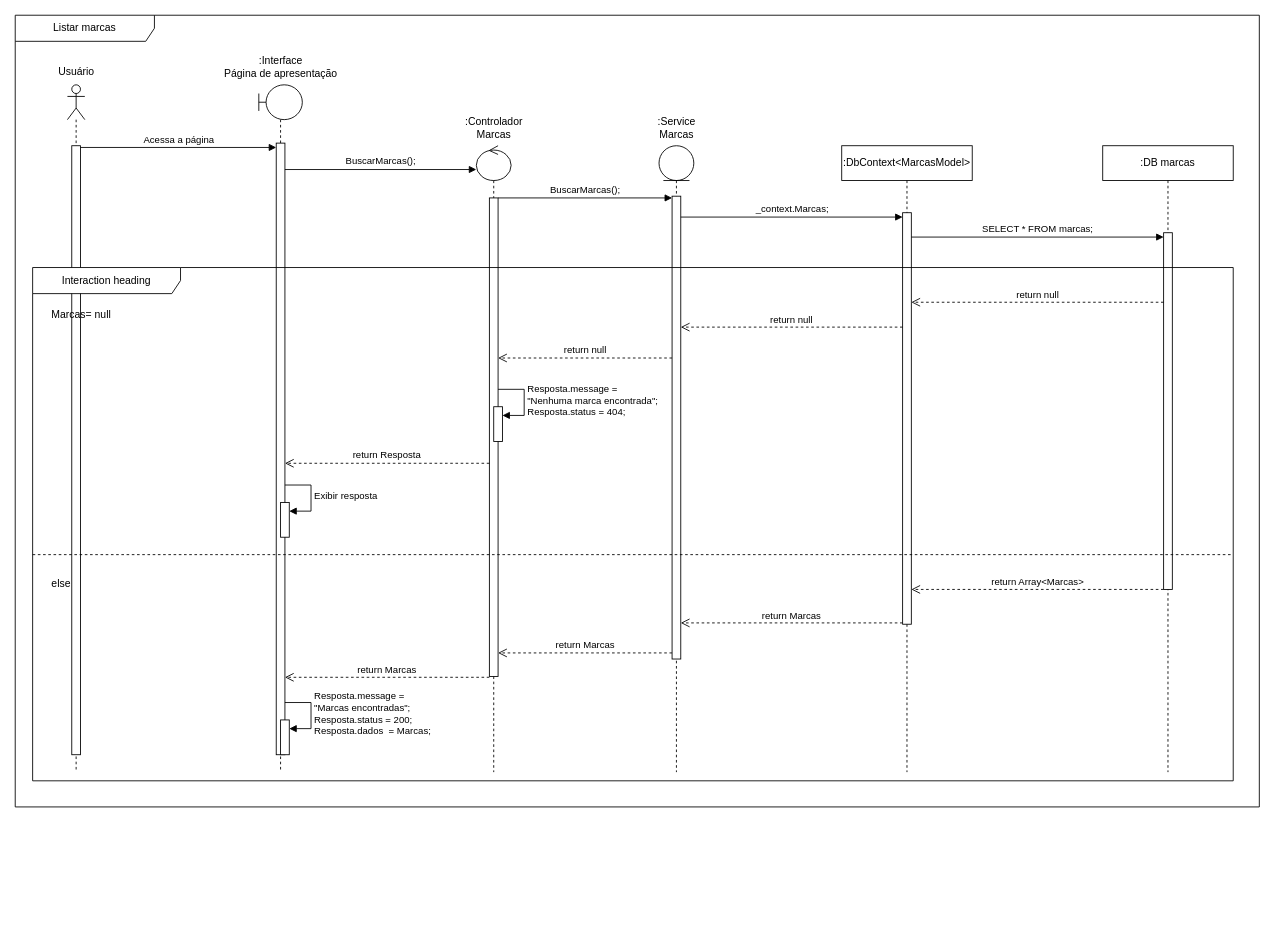
Dev-Vinicius-Borges/thousand-miles keeps this draw.io diagram as UML/sequencia/marcas/Listar-marcas.drawio. Above is the earlier version. Source tidied: cells renumbered, new cells numbered last; positions are measured from the earlier drawing's top-left corner, leaving out a move shared by most shapes. Both pictures are drawn from the tidied source at 87%, with x=0, y=0 at pixel (15, 15).
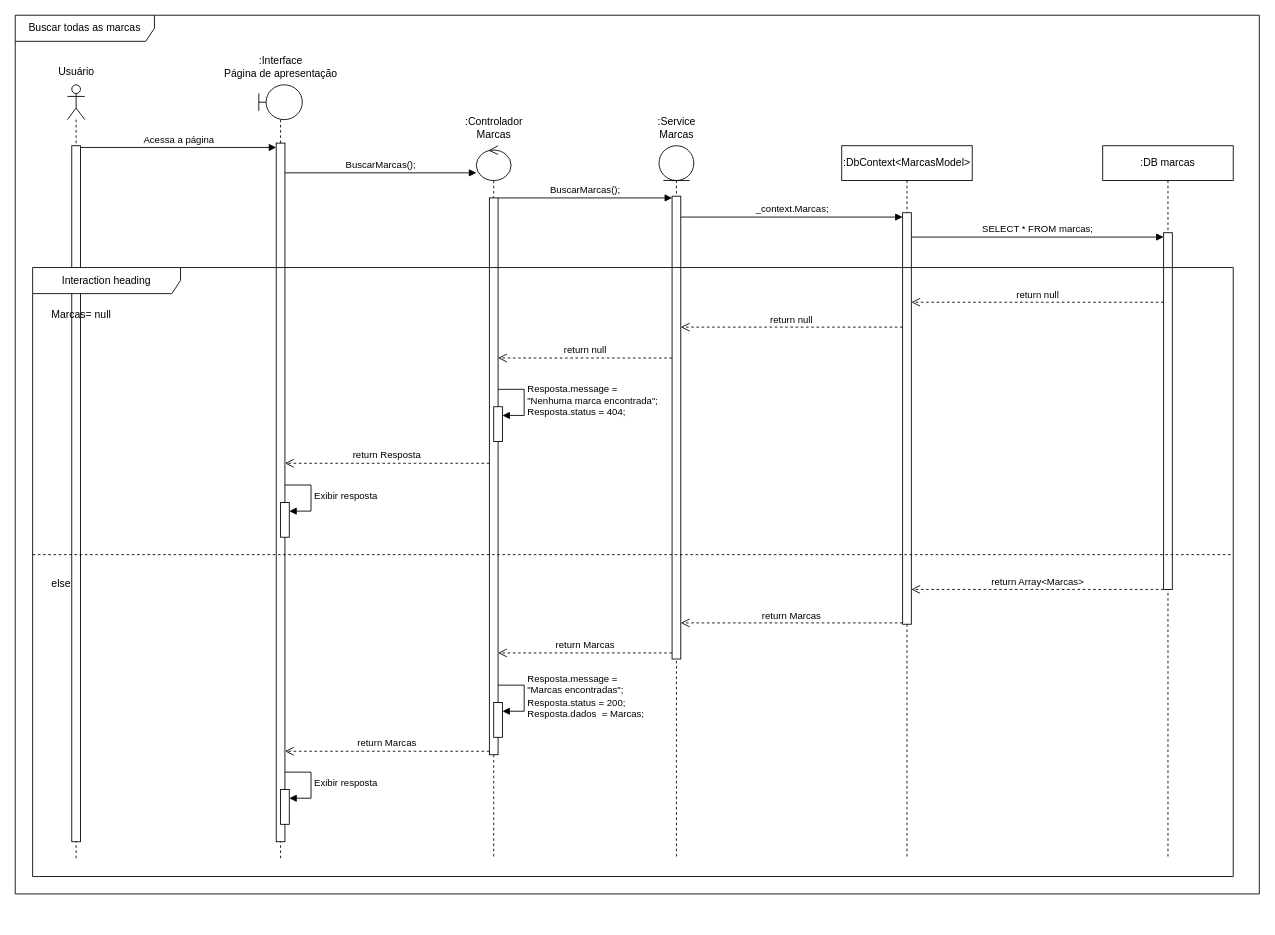
After the change.

Commit message:
docs(UML): Refatorando o diagrama de busca de marcas

Unchanged cells that the change refers to:
```xml
<mxCell id="3" style="group;" parent="2" vertex="1">
  <mxGeometry x="40" y="50" width="1380" height="990" as="geometry" />
</mxCell>
<mxCell id="7" style="group;" parent="2" vertex="1">
  <mxGeometry x="230" y="40" width="150" height="1000" as="geometry" />
</mxCell>
<mxCell id="11" style="group;" parent="2" vertex="1">
  <mxGeometry x="505" y="110" width="90" height="930" as="geometry" />
</mxCell>
<mxCell id="16" style="group;" parent="2" vertex="1">
  <mxGeometry x="725" y="110" width="70" height="930" as="geometry" />
</mxCell>
```

What changed in the source:
```diff
@@
-    <mxCell id="2" value="Listar marcas" style="shape=umlFrame;whiteSpace=wrap;html=1;width=160;" parent="1" vertex="1">
-      <mxGeometry width="1430" height="910" as="geometry" />
+    <mxCell id="2" value="Buscar todas as&lt;span style=&quot;background-color: transparent; color: light-dark(rgb(0, 0, 0), rgb(255, 255, 255));&quot;&gt;&amp;nbsp;marcas&lt;/span&gt;" style="shape=umlFrame;whiteSpace=wrap;html=1;width=160;" parent="1" vertex="1">
+      <mxGeometry width="1430" height="1010" as="geometry" />
     </mxCell>
@@
     <mxCell id="4" style="shape=umlLifeline;perimeter=lifelinePerimeter;whiteSpace=wrap;html=1;newEdgeStyle={&quot;curved&quot;:0,&quot;rounded&quot;:0};participant=umlActor;" parent="3" vertex="1">
-      <mxGeometry x="20" y="30" width="20" height="790" as="geometry" />
+      <mxGeometry x="20" y="30" width="20" height="890" as="geometry" />
     </mxCell>
     <mxCell id="5" style="html=1;points=[[0,0,0,0,5],[0,1,0,0,-5],[1,0,0,0,5],[1,1,0,0,-5]];perimeter=orthogonalPerimeter;outlineConnect=0;targetShapes=umlLifeline;portConstraint=eastwest;newEdgeStyle={&quot;curved&quot;:0,&quot;rounded&quot;:0};" parent="4" vertex="1">
-      <mxGeometry x="5" y="70" width="10" height="700" as="geometry" />
+      <mxGeometry x="5" y="70" width="10" height="800" as="geometry" />
     </mxCell>
@@
     <mxCell id="8" style="shape=umlLifeline;perimeter=lifelinePerimeter;whiteSpace=wrap;html=1;newEdgeStyle={&quot;curved&quot;:0,&quot;rounded&quot;:0};participant=umlBoundary;" parent="7" vertex="1">
-      <mxGeometry x="50" y="40" width="50" height="790" as="geometry" />
+      <mxGeometry x="50" y="40" width="50" height="890" as="geometry" />
     </mxCell>
     <mxCell id="9" style="html=1;points=[[0,0,0,0,5],[0,1,0,0,-5],[1,0,0,0,5],[1,1,0,0,-5]];perimeter=orthogonalPerimeter;outlineConnect=0;targetShapes=umlLifeline;portConstraint=eastwest;newEdgeStyle={&quot;curved&quot;:0,&quot;rounded&quot;:0};" parent="8" vertex="1">
-      <mxGeometry x="20" y="67" width="10" height="703" as="geometry" />
+      <mxGeometry x="20" y="67" width="10" height="803" as="geometry" />
     </mxCell>
@@
     <mxCell id="12" style="shape=umlLifeline;perimeter=lifelinePerimeter;whiteSpace=wrap;html=1;outlineConnect=0;portConstraint=eastwest;newEdgeStyle={&quot;curved&quot;:0,&quot;rounded&quot;:0};participant=umlControl;" parent="11" vertex="1">
-      <mxGeometry x="25" y="40" width="40" height="720" as="geometry" />
+      <mxGeometry x="25" y="40" width="40" height="820" as="geometry" />
     </mxCell>
     <mxCell id="13" style="html=1;perimeter=orthogonalPerimeter;targetShapes=umlLifeline;newEdgeStyle={&quot;curved&quot;:0,&quot;rounded&quot;:0};" parent="12" vertex="1">
-      <mxGeometry x="15" y="60" width="10" height="550" as="geometry" />
+      <mxGeometry x="15" y="60" width="10" height="640" as="geometry" />
     </mxCell>
@@
+    <mxCell id="38" style="html=1;points=[[0,0,0,0,5],[0,1,0,0,-5],[1,0,0,0,5],[1,1,0,0,-5]];perimeter=orthogonalPerimeter;outlineConnect=0;targetShapes=umlLifeline;portConstraint=eastwest;newEdgeStyle={&quot;curved&quot;:0,&quot;rounded&quot;:0};" parent="11" vertex="1">
+      <mxGeometry x="45" y="680" width="10" height="40" as="geometry" />
+    </mxCell>
+    <mxCell id="39" value="Resposta.message =&amp;nbsp;&lt;div&gt;&quot;Marcas encontradas&quot;;&lt;/div&gt;&lt;div&gt;Resposta.status = 200;&lt;/div&gt;&lt;div&gt;Resposta.dados&amp;nbsp; = Marcas;&lt;/div&gt;" style="html=1;align=left;spacingLeft=2;endArrow=block;rounded=0;edgeStyle=orthogonalEdgeStyle;curved=0;rounded=0;" parent="11" edge="1" target="38">
+      <mxGeometry relative="1" as="geometry">
+        <mxPoint x="50" y="660" as="sourcePoint" />
+        <Array as="points">
+          <mxPoint x="80" y="690" />
+        </Array>
+      </mxGeometry>
+    </mxCell>
@@
     <mxCell id="17" style="shape=umlLifeline;perimeter=lifelinePerimeter;whiteSpace=wrap;html=1;newEdgeStyle={&quot;curved&quot;:0,&quot;rounded&quot;:0};participant=umlEntity;" parent="16" vertex="1">
-      <mxGeometry x="15" y="40" width="40" height="720" as="geometry" />
+      <mxGeometry x="15" y="40" width="40" height="820" as="geometry" />
     </mxCell>
@@
     <mxCell id="20" value=":DbContext&amp;lt;MarcasModel&amp;gt;" style="shape=umlLifeline;perimeter=lifelinePerimeter;whiteSpace=wrap;html=1;newEdgeStyle={&quot;curved&quot;:0,&quot;rounded&quot;:0};size=40;" parent="2" vertex="1">
-      <mxGeometry x="950" y="150" width="150" height="720" as="geometry" />
+      <mxGeometry x="950" y="150" width="150" height="820" as="geometry" />
     </mxCell>
@@
     <mxCell id="22" value=":DB marcas" style="shape=umlLifeline;perimeter=lifelinePerimeter;whiteSpace=wrap;html=1;newEdgeStyle={&quot;curved&quot;:0,&quot;rounded&quot;:0};size=40;" parent="2" vertex="1">
-      <mxGeometry x="1250" y="150" width="150" height="720" as="geometry" />
+      <mxGeometry x="1250" y="150" width="150" height="820" as="geometry" />
     </mxCell>
@@
     <mxCell id="31" value="Interaction heading" style="shape=umlFrame;whiteSpace=wrap;html=1;width=170;" parent="2" vertex="1">
-      <mxGeometry x="20" y="290" width="1380" height="590" as="geometry" />
+      <mxGeometry x="20" y="290" width="1380" height="700" as="geometry" />
     </mxCell>
@@
-    <mxCell id="38" style="html=1;points=[[0,0,0,0,5],[0,1,0,0,-5],[1,0,0,0,5],[1,1,0,0,-5]];perimeter=orthogonalPerimeter;outlineConnect=0;targetShapes=umlLifeline;portConstraint=eastwest;newEdgeStyle={&quot;curved&quot;:0,&quot;rounded&quot;:0};" parent="31" vertex="1">
-      <mxGeometry x="285" y="520" width="10" height="40" as="geometry" />
-    </mxCell>
-    <mxCell id="39" value="Resposta.message =&amp;nbsp;&lt;div&gt;&quot;Marcas encontradas&quot;;&lt;/div&gt;&lt;div&gt;Resposta.status = 200;&lt;/div&gt;&lt;div&gt;Resposta.dados&amp;nbsp; = Marcas;&lt;/div&gt;" style="html=1;align=left;spacingLeft=2;endArrow=block;rounded=0;edgeStyle=orthogonalEdgeStyle;curved=0;rounded=0;" parent="31" edge="1" target="38">
-      <mxGeometry relative="1" as="geometry">
-        <mxPoint x="290" y="500" as="sourcePoint" />
-        <Array as="points">
-          <mxPoint x="320" y="530" />
-        </Array>
-      </mxGeometry>
-    </mxCell>
+    <mxCell id="45" style="html=1;points=[[0,0,0,0,5],[0,1,0,0,-5],[1,0,0,0,5],[1,1,0,0,-5]];perimeter=orthogonalPerimeter;outlineConnect=0;targetShapes=umlLifeline;portConstraint=eastwest;newEdgeStyle={&quot;curved&quot;:0,&quot;rounded&quot;:0};" parent="31" vertex="1">
+      <mxGeometry x="285" y="600" width="10" height="40" as="geometry" />
+    </mxCell>
+    <mxCell id="46" value="Exibir resposta" style="html=1;align=left;spacingLeft=2;endArrow=block;rounded=0;edgeStyle=orthogonalEdgeStyle;curved=0;rounded=0;" parent="31" edge="1" target="45">
+      <mxGeometry relative="1" as="geometry">
+        <mxPoint x="290" y="580" as="sourcePoint" />
+        <Array as="points">
+          <mxPoint x="320" y="610" />
+        </Array>
+      </mxGeometry>
+    </mxCell>
@@
     <mxCell id="44" value="return Marcas" style="html=1;verticalAlign=bottom;endArrow=open;dashed=1;endSize=8;curved=0;rounded=0;" parent="2" edge="1">
       <mxGeometry relative="1" as="geometry">
-        <mxPoint x="545" y="761" as="sourcePoint" />
-        <mxPoint x="310" y="761" as="targetPoint" />
+        <mxPoint x="545" y="846" as="sourcePoint" />
+        <mxPoint x="310" y="846" as="targetPoint" />
       </mxGeometry>
     </mxCell>
```
